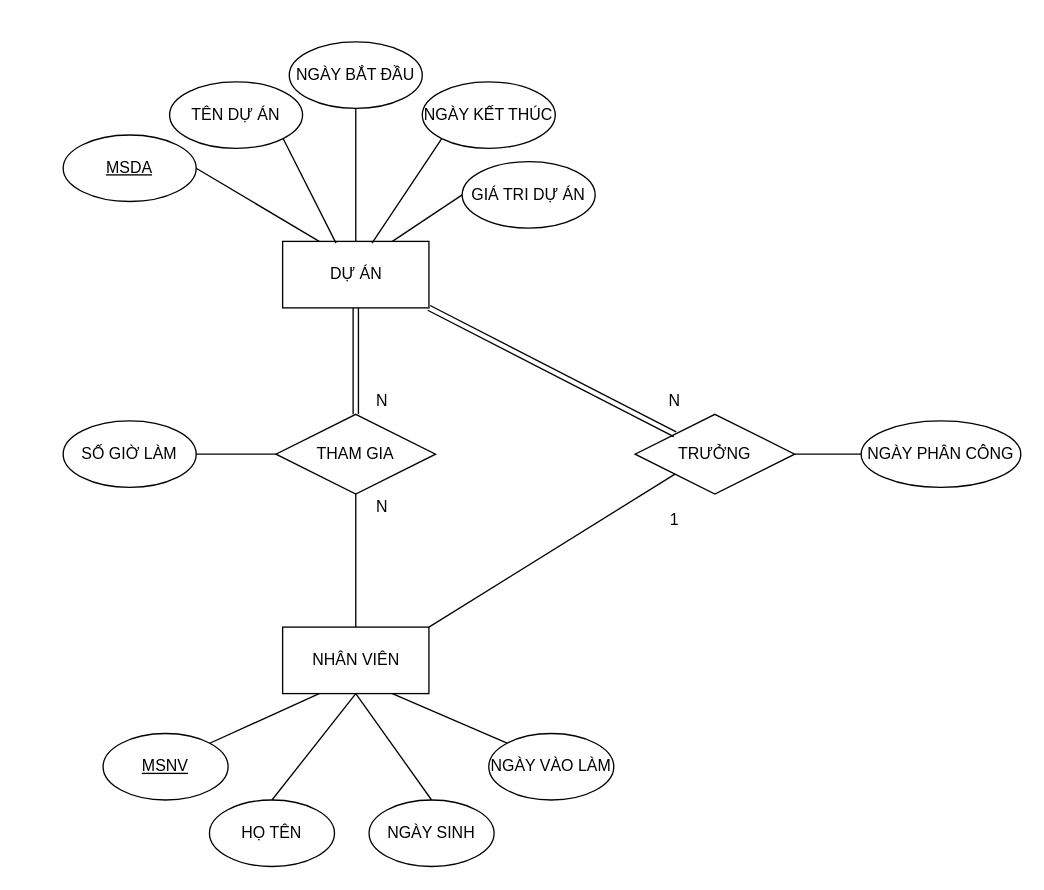
QuangHuy2201/CSDL keeps this draw.io diagram as page "Ch02_02" (2 of 4) of ERD.drawio. Above is the earlier version. Source tidied: cells renumbered, new cells numbered last; positions are measured from the earlier drawing's top-left corner, leaving out a move shared by most shapes. Both pictures are drawn from the tidied source at 133%, with x=0, y=0 at pixel (63, 41).
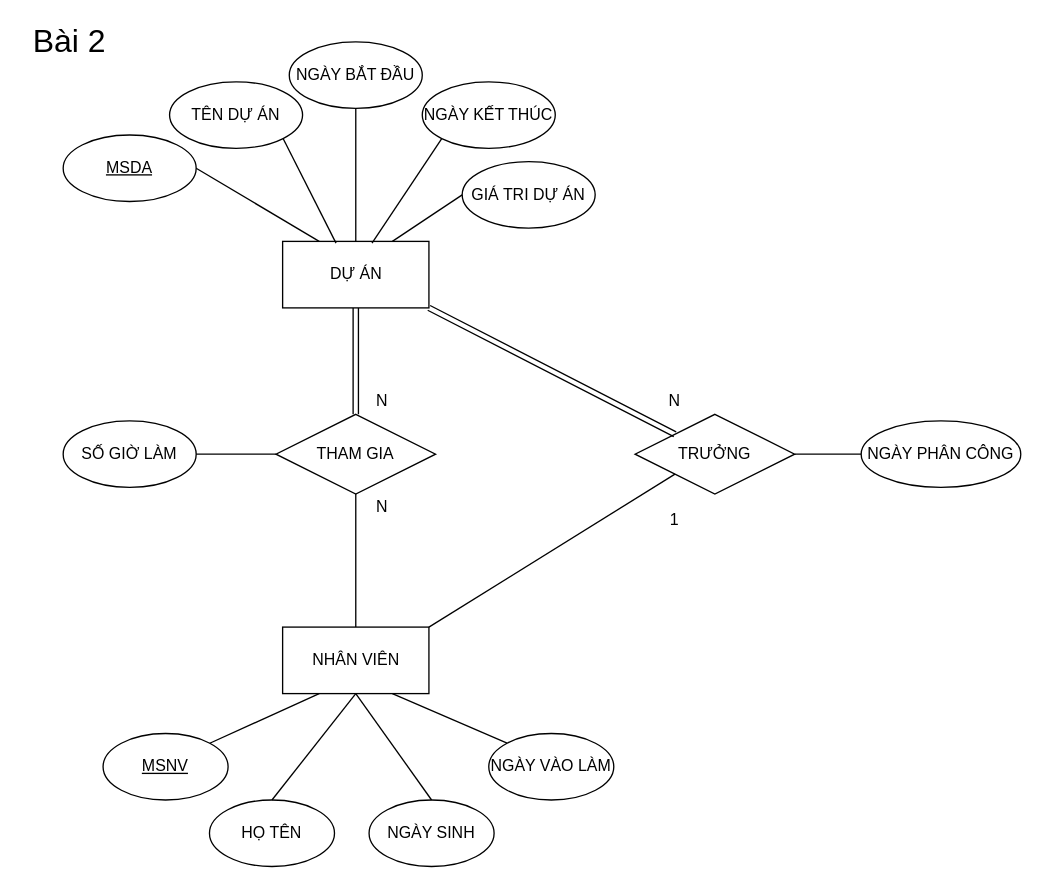
The same diagram, later.

The edit, as a diff of the source:
```diff
@@
+    <mxCell id="37" value="&lt;span style=&quot;font-size: 24px&quot;&gt;Bài 2&lt;br&gt;&lt;/span&gt;" style="text;html=1;strokeColor=none;fillColor=none;align=center;verticalAlign=middle;whiteSpace=wrap;rounded=0;" parent="1" vertex="1">
+      <mxGeometry x="-30" y="-10" width="70" height="20" as="geometry" />
+    </mxCell>
```
